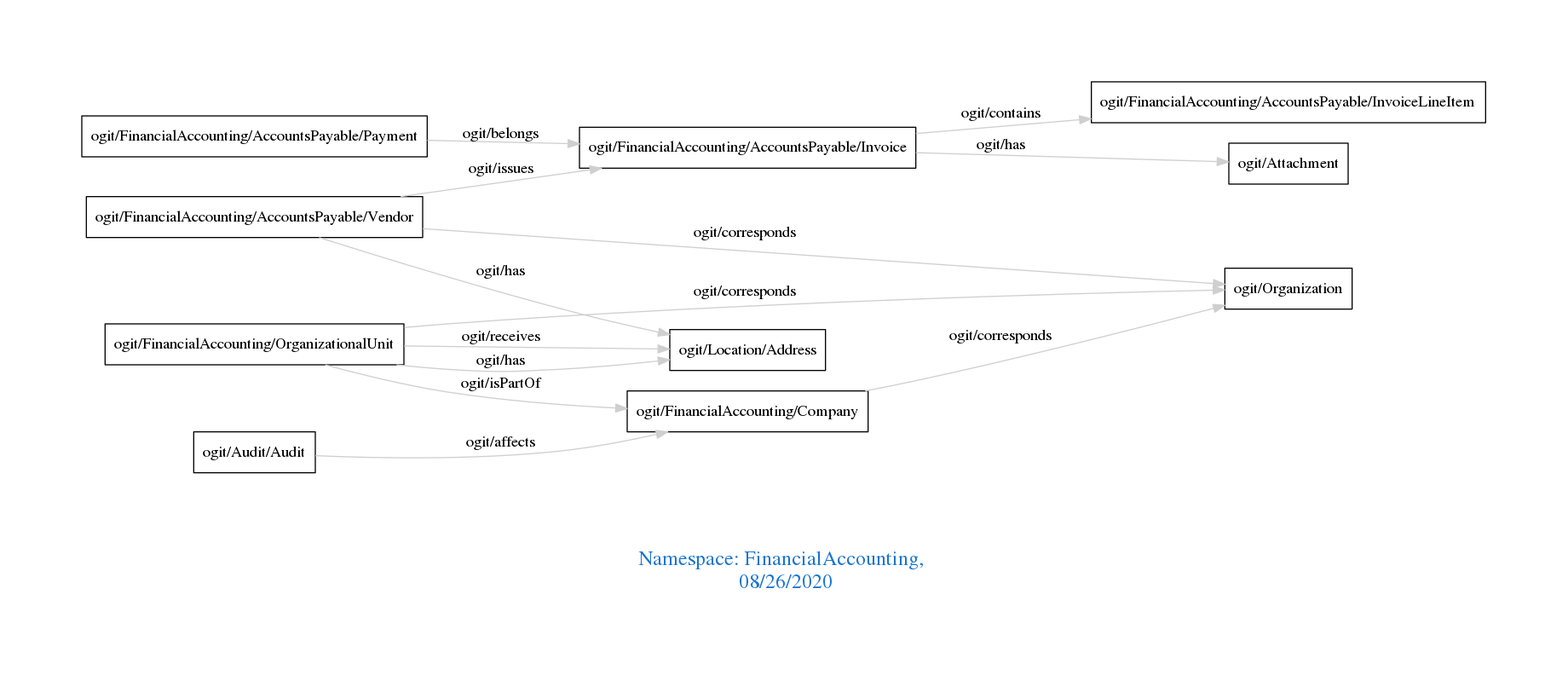
Above: downloads/FinancialAccounting.png in arago/OGIT (Graphviz), before the change. Its source is kept beside it as downloads/FinancialAccounting.dot.
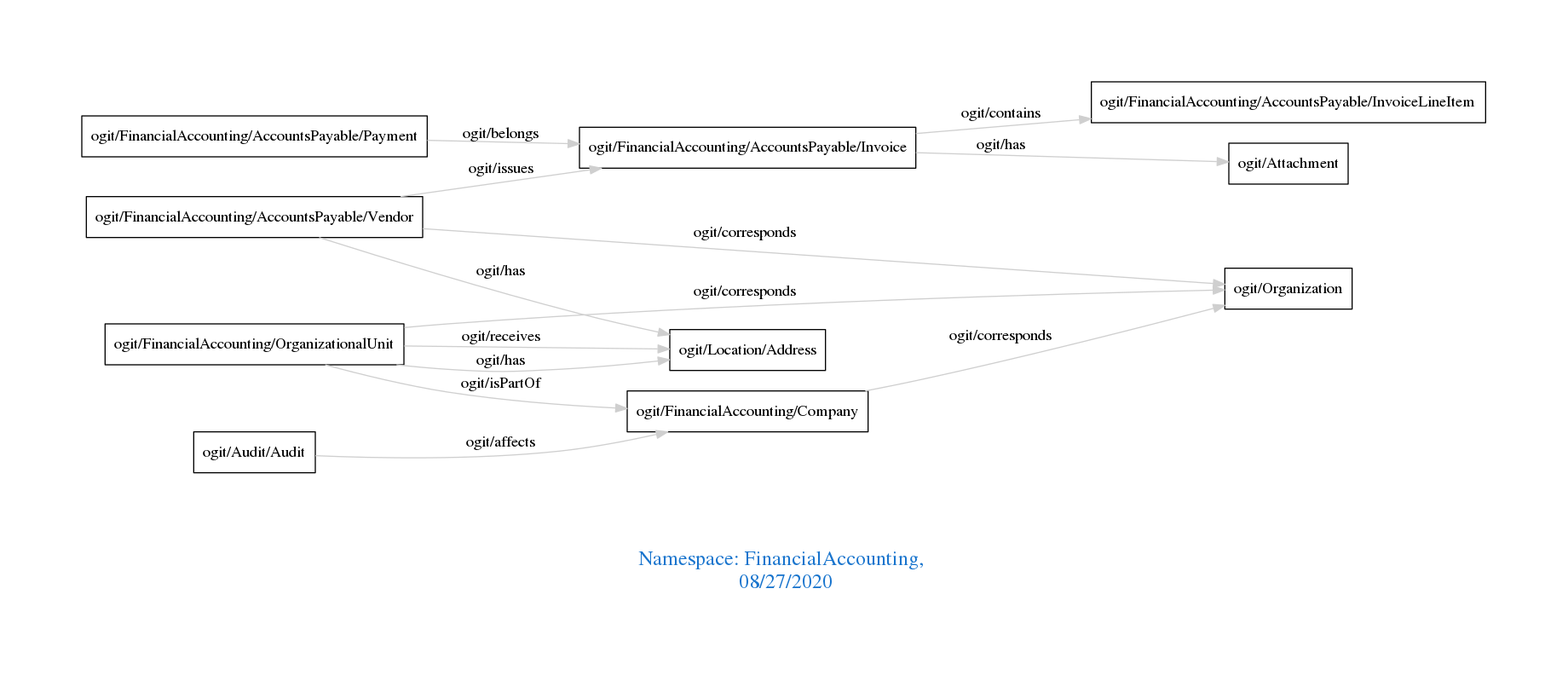
The same diagram one commit later.

What changed in the source:
```diff
@@ -1,7 +1,7 @@
 digraph OGIT_ontology {
  graph [ rankdir= LR,pad=1
 fontsize = 18,
-fontcolor= dodgerblue3,label = "\n\n\nNamespace: FinancialAccounting, \n 08/26/2020"];
+fontcolor= dodgerblue3,label = "\n\n\nNamespace: FinancialAccounting, \n 08/27/2020"];
 node[shape=polygon];
 edge [  color="gray81"];
 
```
